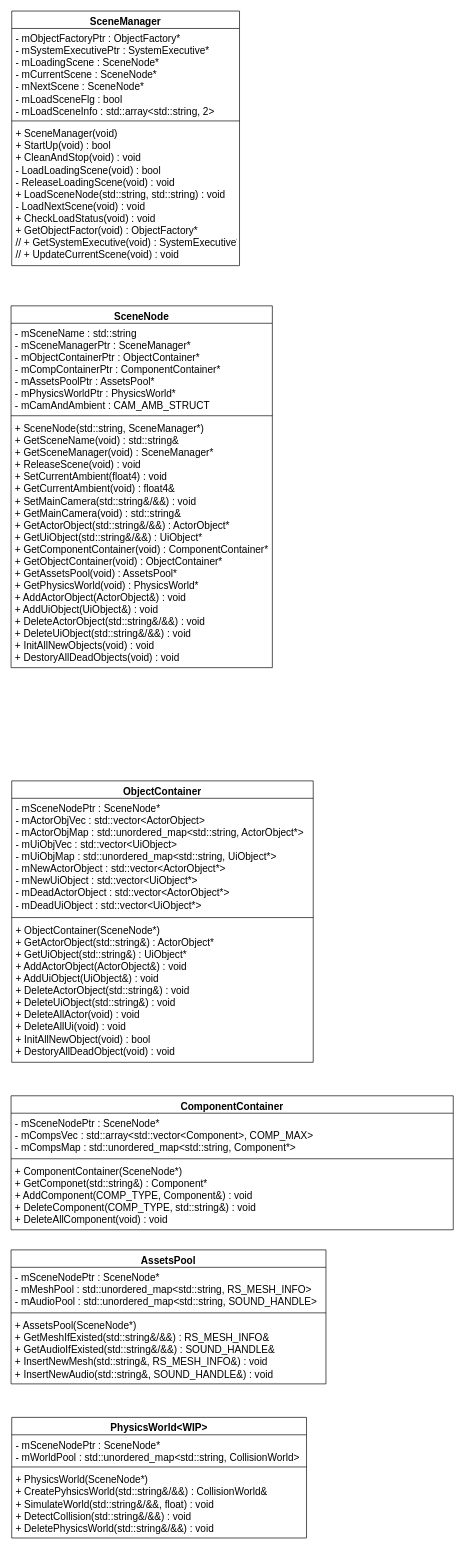
HIBICUS-CAI/HycFrame3D keeps this draw.io diagram as page "Scene" (4 of 9) of HycFrame3D.drawio. Above is the earlier version. Source tidied: cells renumbered, new cells numbered last; positions are measured from the earlier drawing's top-left corner, leaving out a move shared by most shapes. Both pictures are drawn from the tidied source at 67%, with x=0, y=0 at pixel (11, 11).
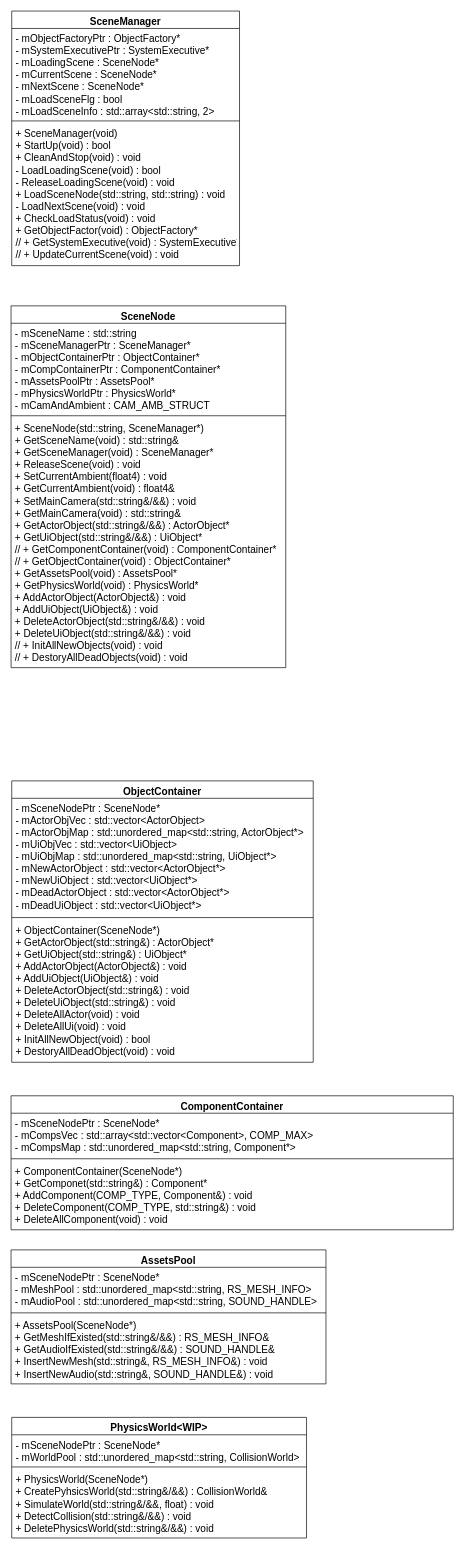
Above is the later version.

What changed in the source:
```diff
@@
     <mxCell id="6" value="SceneNode" style="swimlane;fontStyle=1;align=center;verticalAlign=top;horizontal=1;startSize=26;fontSize=15;" parent="1" vertex="1">
-      <mxGeometry y="440" width="390" height="540" as="geometry" />
+      <mxGeometry y="440" width="410" height="540" as="geometry" />
     </mxCell>
     <mxCell id="7" value="- mSceneName : std::string&#10;- mSceneManagerPtr : SceneManager*&#10;- mObjectContainerPtr : ObjectContainer*&#10;- mCompContainerPtr : ComponentContainer*&#10;- mAssetsPoolPtr : AssetsPool*&#10;- mPhysicsWorldPtr : PhysicsWorld*&#10;- mCamAndAmbient : CAM_AMB_STRUCT" style="text;strokeColor=none;fillColor=none;align=left;verticalAlign=top;spacingLeft=4;spacingRight=4;overflow=hidden;fontSize=15;" parent="6" vertex="1">
-      <mxGeometry y="26" width="390" height="134" as="geometry" />
+      <mxGeometry y="26" width="410" height="134" as="geometry" />
     </mxCell>
     <mxCell id="8" style="line;strokeWidth=1;fillColor=none;align=left;verticalAlign=middle;spacingTop=-1;spacingLeft=3;spacingRight=3;labelPosition=right;" parent="6" vertex="1">
-      <mxGeometry y="160" width="390" height="8" as="geometry" />
+      <mxGeometry y="160" width="410" height="8" as="geometry" />
     </mxCell>
-    <mxCell id="9" value="+ SceneNode(std::string, SceneManager*)&#10;+ GetSceneName(void) : std::string&amp;&#10;+ GetSceneManager(void) : SceneManager*&#10;+ ReleaseScene(void) : void&#10;+ SetCurrentAmbient(float4) : void&#10;+ GetCurrentAmbient(void) : float4&amp;&#10;+ SetMainCamera(std::string&amp;/&amp;&amp;) : void&#10;+ GetMainCamera(void) : std::string&amp;&#10;+ GetActorObject(std::string&amp;/&amp;&amp;) : ActorObject*&#10;+ GetUiObject(std::string&amp;/&amp;&amp;) : UiObject*&#10;+ GetComponentContainer(void) : ComponentContainer*&#10;+ GetObjectContainer(void) : ObjectContainer*&#10;+ GetAssetsPool(void) : AssetsPool*&#10;+ GetPhysicsWorld(void) : PhysicsWorld*&#10;+ AddActorObject(ActorObject&amp;) : void&#10;+ AddUiObject(UiObject&amp;) : void&#10;+ DeleteActorObject(std::string&amp;/&amp;&amp;) : void&#10;+ DeleteUiObject(std::string&amp;/&amp;&amp;) : void&#10;+ InitAllNewObjects(void) : void&#10;+ DestoryAllDeadObjects(void) : void" style="text;strokeColor=none;fillColor=none;align=left;verticalAlign=top;spacingLeft=4;spacingRight=4;overflow=hidden;fontSize=15;" parent="6" vertex="1">
-      <mxGeometry y="168" width="390" height="372" as="geometry" />
+    <mxCell id="9" value="+ SceneNode(std::string, SceneManager*)&#10;+ GetSceneName(void) : std::string&amp;&#10;+ GetSceneManager(void) : SceneManager*&#10;+ ReleaseScene(void) : void&#10;+ SetCurrentAmbient(float4) : void&#10;+ GetCurrentAmbient(void) : float4&amp;&#10;+ SetMainCamera(std::string&amp;/&amp;&amp;) : void&#10;+ GetMainCamera(void) : std::string&amp;&#10;+ GetActorObject(std::string&amp;/&amp;&amp;) : ActorObject*&#10;+ GetUiObject(std::string&amp;/&amp;&amp;) : UiObject*&#10;// + GetComponentContainer(void) : ComponentContainer*&#10;// + GetObjectContainer(void) : ObjectContainer*&#10;+ GetAssetsPool(void) : AssetsPool*&#10;+ GetPhysicsWorld(void) : PhysicsWorld*&#10;+ AddActorObject(ActorObject&amp;) : void&#10;+ AddUiObject(UiObject&amp;) : void&#10;+ DeleteActorObject(std::string&amp;/&amp;&amp;) : void&#10;+ DeleteUiObject(std::string&amp;/&amp;&amp;) : void&#10;// + InitAllNewObjects(void) : void&#10;// + DestoryAllDeadObjects(void) : void" style="text;strokeColor=none;fillColor=none;align=left;verticalAlign=top;spacingLeft=4;spacingRight=4;overflow=hidden;fontSize=15;" parent="6" vertex="1">
+      <mxGeometry y="168" width="410" height="372" as="geometry" />
     </mxCell>
```
